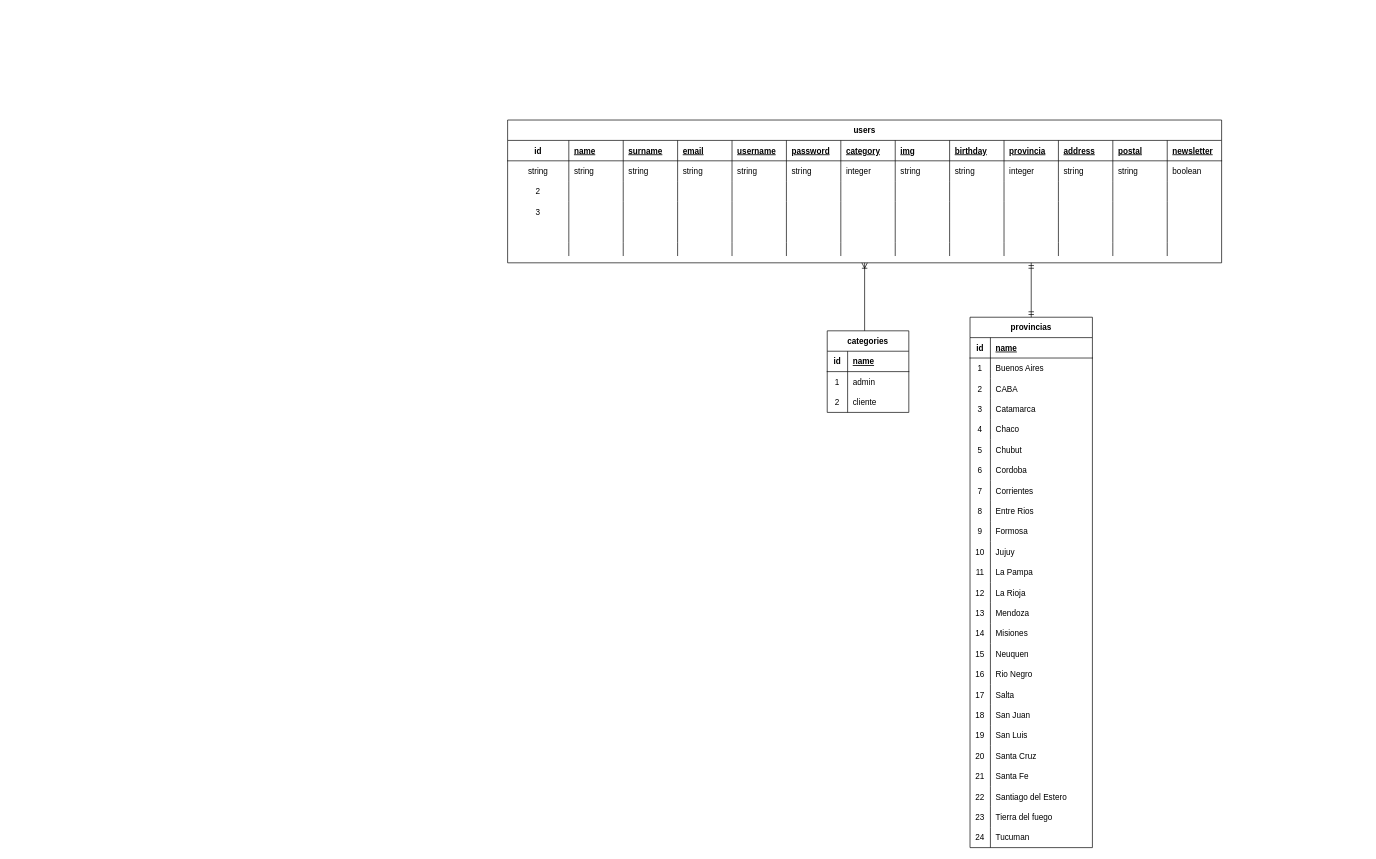
Above: Untitled Diagram.drawio in mateocampillo/grupo_5_ropadeportiva (draw.io), before the change. Source tidied: cells renumbered, new cells numbered last; positions are measured from the earlier drawing's top-left corner, leaving out a move shared by most shapes. Both pictures are drawn from the tidied source at 68%, with x=0, y=0 at pixel (507, 120).
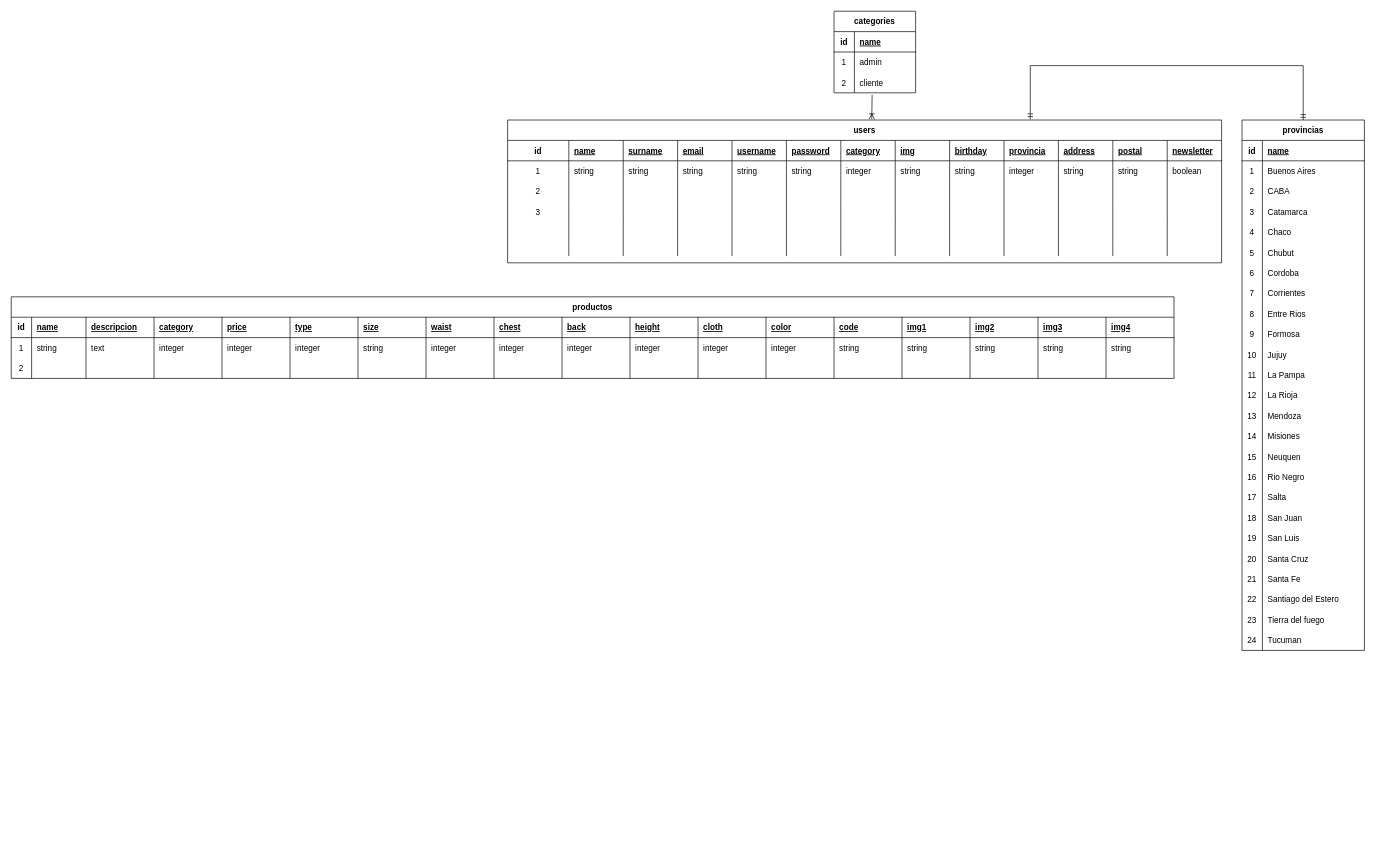
Above is the later version.

Commit message:
tabla productos

The change refers to these unchanged cells:
```xml
<mxCell id="2" value="users" style="shape=table;startSize=30;childLayout=tableLayout;rowLines=0;fontStyle=1;align=center;" parent="1" vertex="1">
  <mxGeometry width="1050" height="210" as="geometry" />
</mxCell>
<mxCell id="17" style="shape=tableRow;horizontal=0;startSize=0;swimlaneHead=0;swimlaneBody=0;fillColor=none;top=0;left=0;right=0;bottom=0;" parent="2" vertex="1">
  <mxGeometry y="60" width="1050" height="30" as="geometry" />
</mxCell>
<mxCell id="94" style="shape=tableRow;horizontal=0;startSize=0;swimlaneHead=0;swimlaneBody=0;fillColor=none;points=[[0,0.5],[1,0.5]];portConstraint=eastwest;top=0;left=0;right=0;bottom=0;" parent="87" vertex="1">
  <mxGeometry y="90" width="120" height="30" as="geometry" />
</mxCell>
```

What changed in the source:
```diff
@@
-    <mxCell id="18" value="string" style="shape=partialRectangle;fillColor=none;top=0;left=0;bottom=0;right=0;overflow=hidden;" parent="17" vertex="1">
+    <mxCell id="18" value="1" style="shape=partialRectangle;fillColor=none;top=0;left=0;bottom=0;right=0;overflow=hidden;" parent="17" vertex="1">
       <mxGeometry width="90" height="30" as="geometry" />
     </mxCell>
@@
     <mxCell id="87" value="categories" style="shape=table;startSize=30;childLayout=tableLayout;rowLines=0;fontStyle=1;align=center;" parent="1" vertex="1">
-      <mxGeometry x="470" y="310" width="120" height="120" as="geometry" />
+      <mxGeometry x="480" y="-160" width="120" height="120" as="geometry" />
     </mxCell>
@@
-    <mxCell id="97" style="fontSize=12;html=1;endArrow=ERoneToMany;rounded=0;entryX=0.5;entryY=1;entryDx=0;entryDy=0;" parent="1" edge="1" target="2">
-      <mxGeometry relative="1" as="geometry">
-        <mxPoint x="525" y="310" as="sourcePoint" />
-      </mxGeometry>
+    <mxCell id="97" style="fontSize=12;html=1;endArrow=ERoneToMany;rounded=0;entryX=0.51;entryY=-0.005;entryDx=0;entryDy=0;exitX=0.467;exitY=1.1;exitDx=0;exitDy=0;exitPerimeter=0;entryPerimeter=0;" parent="1" edge="1" source="94" target="2">
+      <mxGeometry relative="1" as="geometry" />
     </mxCell>
     <mxCell id="98" value="provincias" style="shape=table;startSize=30;childLayout=tableLayout;rowLines=0;fontStyle=1;align=center;" parent="1" vertex="1">
-      <mxGeometry x="680" y="290" width="180" height="780" as="geometry" />
+      <mxGeometry x="1080" width="180" height="780" as="geometry" />
     </mxCell>
@@
-    <mxCell id="174" style="fontSize=12;html=1;endArrow=ERmandOne;startArrow=ERmandOne;rounded=0;exitX=0.5;exitY=0;exitDx=0;exitDy=0;exitPerimeter=0;" parent="1" edge="1" source="98">
+    <mxCell id="174" style="fontSize=12;html=1;endArrow=ERmandOne;startArrow=ERmandOne;rounded=0;exitX=0.5;exitY=0;exitDx=0;exitDy=0;exitPerimeter=0;edgeStyle=orthogonalEdgeStyle;entryX=0.732;entryY=-0.005;entryDx=0;entryDy=0;entryPerimeter=0;" parent="1" edge="1" source="98" target="2">
       <mxGeometry relative="1" as="geometry">
-        <mxPoint x="770" y="210" as="targetPoint" />
+        <Array as="points">
+          <mxPoint x="1170" y="-80" />
+          <mxPoint x="769" y="-80" />
+        </Array>
       </mxGeometry>
     </mxCell>
+    <mxCell id="175" value="productos" style="shape=table;startSize=30;childLayout=tableLayout;rowLines=0;fontStyle=1;align=center;" parent="1" vertex="1">
+      <mxGeometry x="-730" y="260" width="1710" height="120" as="geometry" />
+    </mxCell>
+    <mxCell id="176" style="shape=tableRow;horizontal=0;startSize=0;swimlaneHead=0;swimlaneBody=0;fillColor=none;top=0;left=0;right=0;bottom=1;" parent="175" vertex="1">
+      <mxGeometry y="30" width="1710" height="30" as="geometry" />
+    </mxCell>
+    <mxCell id="177" value="id" style="shape=partialRectangle;fillColor=none;top=0;left=0;bottom=0;right=0;fontStyle=1;overflow=hidden;" parent="176" vertex="1">
+      <mxGeometry width="30" height="30" as="geometry" />
+    </mxCell>
+    <mxCell id="178" value="name" style="shape=partialRectangle;fillColor=none;top=0;left=0;bottom=0;right=0;align=left;spacingLeft=6;fontStyle=5;overflow=hidden;" parent="176" vertex="1">
+      <mxGeometry x="30" width="80" height="30" as="geometry" />
+    </mxCell>
+    <mxCell id="179" value="descripcion" style="shape=partialRectangle;fillColor=none;top=0;left=0;bottom=0;right=0;align=left;spacingLeft=6;fontStyle=5;overflow=hidden;" parent="176" vertex="1">
+      <mxGeometry x="110" width="100" height="30" as="geometry" />
+    </mxCell>
+    <mxCell id="180" value="category" style="shape=partialRectangle;fillColor=none;top=0;left=0;bottom=0;right=0;align=left;spacingLeft=6;fontStyle=5;overflow=hidden;" parent="176" vertex="1">
+      <mxGeometry x="210" width="100" height="30" as="geometry" />
+    </mxCell>
+    <mxCell id="181" value="price" style="shape=partialRectangle;fillColor=none;top=0;left=0;bottom=0;right=0;align=left;spacingLeft=6;fontStyle=5;overflow=hidden;" parent="176" vertex="1">
+      <mxGeometry x="310" width="100" height="30" as="geometry" />
+    </mxCell>
+    <mxCell id="182" value="type" style="shape=partialRectangle;fillColor=none;top=0;left=0;bottom=0;right=0;align=left;spacingLeft=6;fontStyle=5;overflow=hidden;" parent="176" vertex="1">
+      <mxGeometry x="410" width="100" height="30" as="geometry" />
+    </mxCell>
+    <mxCell id="183" value="size" style="shape=partialRectangle;fillColor=none;top=0;left=0;bottom=0;right=0;align=left;spacingLeft=6;fontStyle=5;overflow=hidden;" parent="176" vertex="1">
+      <mxGeometry x="510" width="100" height="30" as="geometry" />
+    </mxCell>
+    <mxCell id="184" value="waist" style="shape=partialRectangle;fillColor=none;top=0;left=0;bottom=0;right=0;align=left;spacingLeft=6;fontStyle=5;overflow=hidden;" parent="176" vertex="1">
+      <mxGeometry x="610" width="100" height="30" as="geometry" />
+    </mxCell>
+    <mxCell id="185" value="chest" style="shape=partialRectangle;fillColor=none;top=0;left=0;bottom=0;right=0;align=left;spacingLeft=6;fontStyle=5;overflow=hidden;" parent="176" vertex="1">
+      <mxGeometry x="710" width="100" height="30" as="geometry" />
+    </mxCell>
+    <mxCell id="186" value="back" style="shape=partialRectangle;fillColor=none;top=0;left=0;bottom=0;right=0;align=left;spacingLeft=6;fontStyle=5;overflow=hidden;" parent="176" vertex="1">
+      <mxGeometry x="810" width="100" height="30" as="geometry" />
+    </mxCell>
+    <mxCell id="187" value="height" style="shape=partialRectangle;fillColor=none;top=0;left=0;bottom=0;right=0;align=left;spacingLeft=6;fontStyle=5;overflow=hidden;" parent="176" vertex="1">
+      <mxGeometry x="910" width="100" height="30" as="geometry" />
+    </mxCell>
+    <mxCell id="188" value="cloth" style="shape=partialRectangle;fillColor=none;top=0;left=0;bottom=0;right=0;align=left;spacingLeft=6;fontStyle=5;overflow=hidden;" parent="176" vertex="1">
+      <mxGeometry x="1010" width="100" height="30" as="geometry" />
+    </mxCell>
+    <mxCell id="189" value="color" style="shape=partialRectangle;fillColor=none;top=0;left=0;bottom=0;right=0;align=left;spacingLeft=6;fontStyle=5;overflow=hidden;" parent="176" vertex="1">
+      <mxGeometry x="1110" width="100" height="30" as="geometry" />
+    </mxCell>
+    <mxCell id="190" value="code" style="shape=partialRectangle;fillColor=none;top=0;left=0;bottom=0;right=0;align=left;spacingLeft=6;fontStyle=5;overflow=hidden;" parent="176" vertex="1">
+      <mxGeometry x="1210" width="100" height="30" as="geometry" />
+    </mxCell>
+    <mxCell id="191" value="img1" style="shape=partialRectangle;fillColor=none;top=0;left=0;bottom=0;right=0;align=left;spacingLeft=6;fontStyle=5;overflow=hidden;" parent="176" vertex="1">
+      <mxGeometry x="1310" width="100" height="30" as="geometry" />
+    </mxCell>
+    <mxCell id="192" value="img2" style="shape=partialRectangle;fillColor=none;top=0;left=0;bottom=0;right=0;align=left;spacingLeft=6;fontStyle=5;overflow=hidden;" parent="176" vertex="1">
+      <mxGeometry x="1410" width="100" height="30" as="geometry" />
+    </mxCell>
+    <mxCell id="193" value="img3" style="shape=partialRectangle;fillColor=none;top=0;left=0;bottom=0;right=0;align=left;spacingLeft=6;fontStyle=5;overflow=hidden;" parent="176" vertex="1">
+      <mxGeometry x="1510" width="100" height="30" as="geometry" />
+    </mxCell>
+    <mxCell id="194" value="img4" style="shape=partialRectangle;fillColor=none;top=0;left=0;bottom=0;right=0;align=left;spacingLeft=6;fontStyle=5;overflow=hidden;" parent="176" vertex="1">
+      <mxGeometry x="1610" width="100" height="30" as="geometry" />
+    </mxCell>
+    <mxCell id="195" style="shape=tableRow;horizontal=0;startSize=0;swimlaneHead=0;swimlaneBody=0;fillColor=none;top=0;left=0;right=0;bottom=0;" parent="175" vertex="1">
+      <mxGeometry y="60" width="1710" height="30" as="geometry" />
+    </mxCell>
+    <mxCell id="196" value="1" style="shape=partialRectangle;fillColor=none;top=0;left=0;bottom=0;right=0;overflow=hidden;" parent="195" vertex="1">
+      <mxGeometry width="30" height="30" as="geometry" />
+    </mxCell>
+    <mxCell id="197" value="string" style="shape=partialRectangle;fillColor=none;top=0;left=0;bottom=0;right=0;align=left;spacingLeft=6;overflow=hidden;" parent="195" vertex="1">
+      <mxGeometry x="30" width="80" height="30" as="geometry" />
+    </mxCell>
+    <mxCell id="198" value="text" style="shape=partialRectangle;fillColor=none;top=0;left=0;bottom=0;right=0;align=left;spacingLeft=6;overflow=hidden;" parent="195" vertex="1">
+      <mxGeometry x="110" width="100" height="30" as="geometry" />
+    </mxCell>
+    <mxCell id="199" value="integer" style="shape=partialRectangle;fillColor=none;top=0;left=0;bottom=0;right=0;align=left;spacingLeft=6;overflow=hidden;" parent="195" vertex="1">
+      <mxGeometry x="210" width="100" height="30" as="geometry" />
+    </mxCell>
+    <mxCell id="200" value="integer" style="shape=partialRectangle;fillColor=none;top=0;left=0;bottom=0;right=0;align=left;spacingLeft=6;overflow=hidden;" parent="195" vertex="1">
+      <mxGeometry x="310" width="100" height="30" as="geometry" />
+    </mxCell>
+    <mxCell id="201" value="integer" style="shape=partialRectangle;fillColor=none;top=0;left=0;bottom=0;right=0;align=left;spacingLeft=6;overflow=hidden;" parent="195" vertex="1">
+      <mxGeometry x="410" width="100" height="30" as="geometry" />
+    </mxCell>
+    <mxCell id="202" value="string" style="shape=partialRectangle;fillColor=none;top=0;left=0;bottom=0;right=0;align=left;spacingLeft=6;overflow=hidden;" parent="195" vertex="1">
+      <mxGeometry x="510" width="100" height="30" as="geometry" />
+    </mxCell>
+    <mxCell id="203" value="integer" style="shape=partialRectangle;fillColor=none;top=0;left=0;bottom=0;right=0;align=left;spacingLeft=6;overflow=hidden;" parent="195" vertex="1">
+      <mxGeometry x="610" width="100" height="30" as="geometry" />
+    </mxCell>
+    <mxCell id="204" value="integer" style="shape=partialRectangle;fillColor=none;top=0;left=0;bottom=0;right=0;align=left;spacingLeft=6;overflow=hidden;" parent="195" vertex="1">
+      <mxGeometry x="710" width="100" height="30" as="geometry" />
+    </mxCell>
+    <mxCell id="205" value="integer" style="shape=partialRectangle;fillColor=none;top=0;left=0;bottom=0;right=0;align=left;spacingLeft=6;overflow=hidden;" parent="195" vertex="1">
+      <mxGeometry x="810" width="100" height="30" as="geometry" />
+    </mxCell>
+    <mxCell id="206" value="integer" style="shape=partialRectangle;fillColor=none;top=0;left=0;bottom=0;right=0;align=left;spacingLeft=6;overflow=hidden;" parent="195" vertex="1">
+      <mxGeometry x="910" width="100" height="30" as="geometry" />
+    </mxCell>
+    <mxCell id="207" value="integer" style="shape=partialRectangle;fillColor=none;top=0;left=0;bottom=0;right=0;align=left;spacingLeft=6;overflow=hidden;" parent="195" vertex="1">
+      <mxGeometry x="1010" width="100" height="30" as="geometry" />
+    </mxCell>
+    <mxCell id="208" value="integer" style="shape=partialRectangle;fillColor=none;top=0;left=0;bottom=0;right=0;align=left;spacingLeft=6;overflow=hidden;" parent="195" vertex="1">
+      <mxGeometry x="1110" width="100" height="30" as="geometry" />
+    </mxCell>
+    <mxCell id="209" value="string" style="shape=partialRectangle;fillColor=none;top=0;left=0;bottom=0;right=0;align=left;spacingLeft=6;overflow=hidden;" parent="195" vertex="1">
+      <mxGeometry x="1210" width="100" height="30" as="geometry" />
+    </mxCell>
+    <mxCell id="210" value="string" style="shape=partialRectangle;fillColor=none;top=0;left=0;bottom=0;right=0;align=left;spacingLeft=6;overflow=hidden;" parent="195" vertex="1">
+      <mxGeometry x="1310" width="100" height="30" as="geometry" />
+    </mxCell>
+    <mxCell id="211" value="string" style="shape=partialRectangle;fillColor=none;top=0;left=0;bottom=0;right=0;align=left;spacingLeft=6;overflow=hidden;" parent="195" vertex="1">
+      <mxGeometry x="1410" width="100" height="30" as="geometry" />
+    </mxCell>
+    <mxCell id="212" value="string" style="shape=partialRectangle;fillColor=none;top=0;left=0;bottom=0;right=0;align=left;spacingLeft=6;overflow=hidden;" parent="195" vertex="1">
+      <mxGeometry x="1510" width="100" height="30" as="geometry" />
+    </mxCell>
+    <mxCell id="213" value="string" style="shape=partialRectangle;fillColor=none;top=0;left=0;bottom=0;right=0;align=left;spacingLeft=6;overflow=hidden;" parent="195" vertex="1">
+      <mxGeometry x="1610" width="100" height="30" as="geometry" />
+    </mxCell>
+    <mxCell id="214" style="shape=tableRow;horizontal=0;startSize=0;swimlaneHead=0;swimlaneBody=0;fillColor=none;top=0;left=0;right=0;bottom=0;" parent="175" vertex="1">
+      <mxGeometry y="90" width="1710" height="30" as="geometry" />
+    </mxCell>
+    <mxCell id="215" value="2" style="shape=partialRectangle;fillColor=none;top=0;left=0;bottom=0;right=0;overflow=hidden;" parent="214" vertex="1">
+      <mxGeometry width="30" height="30" as="geometry" />
+    </mxCell>
+    <mxCell id="216" style="shape=partialRectangle;fillColor=none;top=0;left=0;bottom=0;right=0;align=left;spacingLeft=6;overflow=hidden;" parent="214" vertex="1">
+      <mxGeometry x="30" width="80" height="30" as="geometry" />
+    </mxCell>
+    <mxCell id="217" style="shape=partialRectangle;fillColor=none;top=0;left=0;bottom=0;right=0;align=left;spacingLeft=6;overflow=hidden;" parent="214" vertex="1">
+      <mxGeometry x="110" width="100" height="30" as="geometry" />
+    </mxCell>
+    <mxCell id="218" style="shape=partialRectangle;fillColor=none;top=0;left=0;bottom=0;right=0;align=left;spacingLeft=6;overflow=hidden;" parent="214" vertex="1">
+      <mxGeometry x="210" width="100" height="30" as="geometry" />
+    </mxCell>
+    <mxCell id="219" style="shape=partialRectangle;fillColor=none;top=0;left=0;bottom=0;right=0;align=left;spacingLeft=6;overflow=hidden;" parent="214" vertex="1">
+      <mxGeometry x="310" width="100" height="30" as="geometry" />
+    </mxCell>
+    <mxCell id="220" style="shape=partialRectangle;fillColor=none;top=0;left=0;bottom=0;right=0;align=left;spacingLeft=6;overflow=hidden;" parent="214" vertex="1">
+      <mxGeometry x="410" width="100" height="30" as="geometry" />
+    </mxCell>
+    <mxCell id="221" style="shape=partialRectangle;fillColor=none;top=0;left=0;bottom=0;right=0;align=left;spacingLeft=6;overflow=hidden;" parent="214" vertex="1">
+      <mxGeometry x="510" width="100" height="30" as="geometry" />
+    </mxCell>
+    <mxCell id="222" style="shape=partialRectangle;fillColor=none;top=0;left=0;bottom=0;right=0;align=left;spacingLeft=6;overflow=hidden;" parent="214" vertex="1">
+      <mxGeometry x="610" width="100" height="30" as="geometry" />
+    </mxCell>
+    <mxCell id="223" style="shape=partialRectangle;fillColor=none;top=0;left=0;bottom=0;right=0;align=left;spacingLeft=6;overflow=hidden;" parent="214" vertex="1">
+      <mxGeometry x="710" width="100" height="30" as="geometry" />
+    </mxCell>
+    <mxCell id="224" style="shape=partialRectangle;fillColor=none;top=0;left=0;bottom=0;right=0;align=left;spacingLeft=6;overflow=hidden;" parent="214" vertex="1">
+      <mxGeometry x="810" width="100" height="30" as="geometry" />
+    </mxCell>
+    <mxCell id="225" style="shape=partialRectangle;fillColor=none;top=0;left=0;bottom=0;right=0;align=left;spacingLeft=6;overflow=hidden;" parent="214" vertex="1">
+      <mxGeometry x="910" width="100" height="30" as="geometry" />
+    </mxCell>
+    <mxCell id="226" style="shape=partialRectangle;fillColor=none;top=0;left=0;bottom=0;right=0;align=left;spacingLeft=6;overflow=hidden;" parent="214" vertex="1">
+      <mxGeometry x="1010" width="100" height="30" as="geometry" />
+    </mxCell>
+    <mxCell id="227" style="shape=partialRectangle;fillColor=none;top=0;left=0;bottom=0;right=0;align=left;spacingLeft=6;overflow=hidden;" parent="214" vertex="1">
+      <mxGeometry x="1110" width="100" height="30" as="geometry" />
+    </mxCell>
+    <mxCell id="228" style="shape=partialRectangle;fillColor=none;top=0;left=0;bottom=0;right=0;align=left;spacingLeft=6;overflow=hidden;" parent="214" vertex="1">
+      <mxGeometry x="1210" width="100" height="30" as="geometry" />
+    </mxCell>
+    <mxCell id="229" style="shape=partialRectangle;fillColor=none;top=0;left=0;bottom=0;right=0;align=left;spacingLeft=6;overflow=hidden;" parent="214" vertex="1">
+      <mxGeometry x="1310" width="100" height="30" as="geometry" />
+    </mxCell>
+    <mxCell id="230" style="shape=partialRectangle;fillColor=none;top=0;left=0;bottom=0;right=0;align=left;spacingLeft=6;overflow=hidden;" parent="214" vertex="1">
+      <mxGeometry x="1410" width="100" height="30" as="geometry" />
+    </mxCell>
+    <mxCell id="231" style="shape=partialRectangle;fillColor=none;top=0;left=0;bottom=0;right=0;align=left;spacingLeft=6;overflow=hidden;" parent="214" vertex="1">
+      <mxGeometry x="1510" width="100" height="30" as="geometry" />
+    </mxCell>
+    <mxCell id="232" style="shape=partialRectangle;fillColor=none;top=0;left=0;bottom=0;right=0;align=left;spacingLeft=6;overflow=hidden;" parent="214" vertex="1">
+      <mxGeometry x="1610" width="100" height="30" as="geometry" />
+    </mxCell>
```
